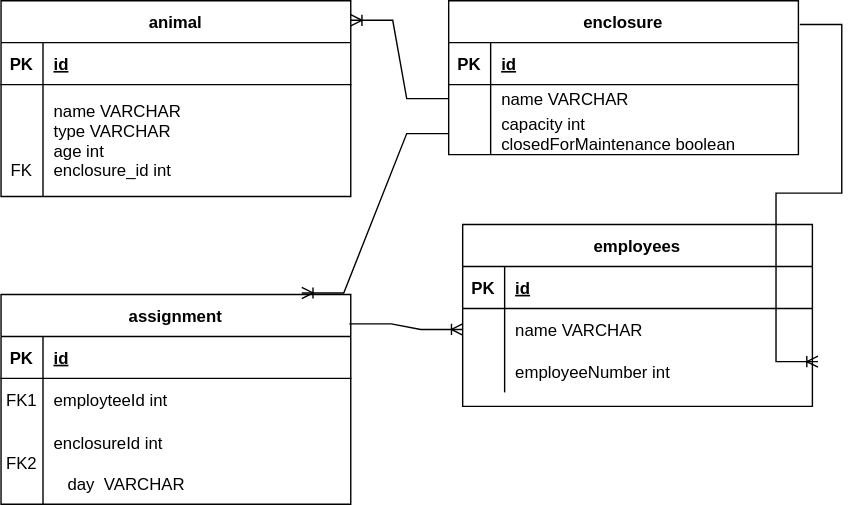
Above: SafariERD.svg in bendesousa/safari_lab (draw.io), before the change. Source tidied: cells renumbered, new cells last; positions are measured from the earlier drawing's top-left corner, leaving out a move shared by most shapes.
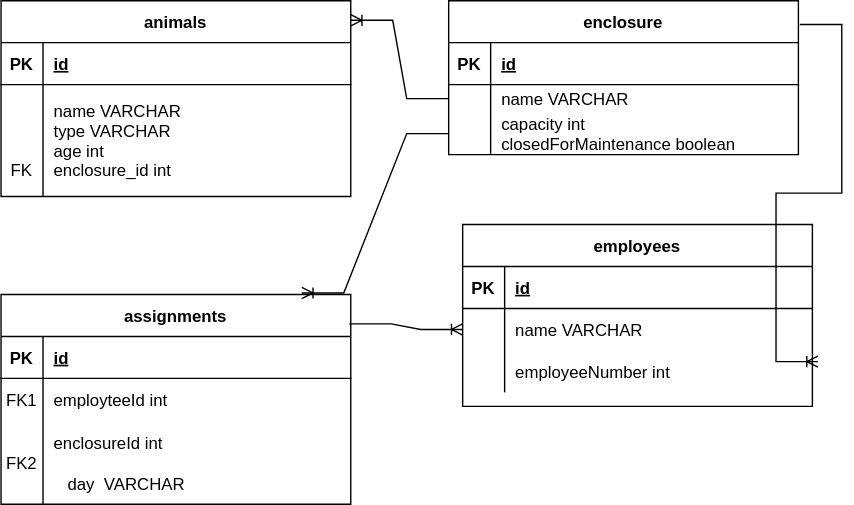
After the change.

Commit message:
created tables in sql file

Change to the diagram source:
```diff
@@ -62,7 +62,7 @@
     <mxCell id="21" value="employeeNumber int" style="shape=partialRectangle;overflow=hidden;fillColor=none;top=0;left=0;bottom=0;right=0;align=left;spacingLeft=6;" parent="19" vertex="1">
       <mxGeometry x="30" width="220" height="30" as="geometry" />
     </mxCell>
-    <mxCell id="22" value="animal" style="shape=table;startSize=30;rowLines=0;fontStyle=1;align=center;" parent="1" vertex="1">
+    <mxCell id="22" value="animals" style="shape=table;startSize=30;rowLines=0;fontStyle=1;align=center;" parent="1" vertex="1">
       <mxGeometry width="250" height="140" as="geometry" />
     </mxCell>
     <mxCell id="23" style="shape=partialRectangle;fillColor=none;top=0;left=0;right=0;bottom=1;" parent="22" vertex="1">
@@ -83,7 +83,7 @@
     <mxCell id="28" value="name VARCHAR&#10;type VARCHAR&#10;age int&#10;enclosure_id int " style="shape=partialRectangle;overflow=hidden;fillColor=none;top=0;left=0;bottom=0;right=0;align=left;spacingLeft=6;" parent="26" vertex="1">
       <mxGeometry x="30" width="220" height="80" as="geometry" />
     </mxCell>
-    <mxCell id="29" value="assignment" style="shape=table;startSize=30;rowLines=0;fontStyle=1;align=center;" parent="1" vertex="1">
+    <mxCell id="29" value="assignments" style="shape=table;startSize=30;rowLines=0;fontStyle=1;align=center;" parent="1" vertex="1">
       <mxGeometry y="210" width="250" height="150" as="geometry" />
     </mxCell>
     <mxCell id="30" style="shape=partialRectangle;fillColor=none;top=0;left=0;right=0;bottom=1;" parent="29" vertex="1">
```
